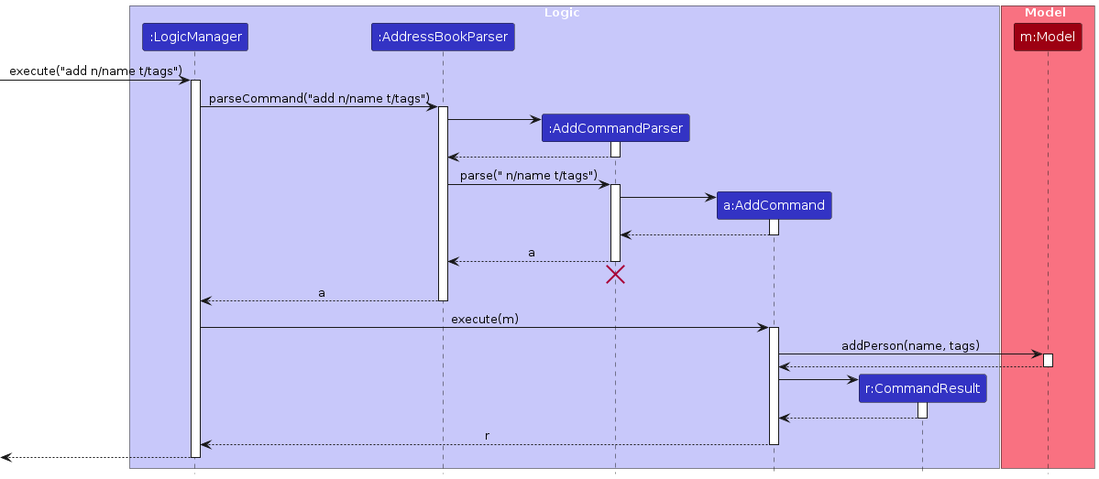
This is diagrams/AddSequenceDiagram.png from AY2324S2-CS2103T-W13-3/tp, a PlantUML export, as it was before one commit. Its source is kept beside it as diagrams/AddSequenceDiagram.puml.
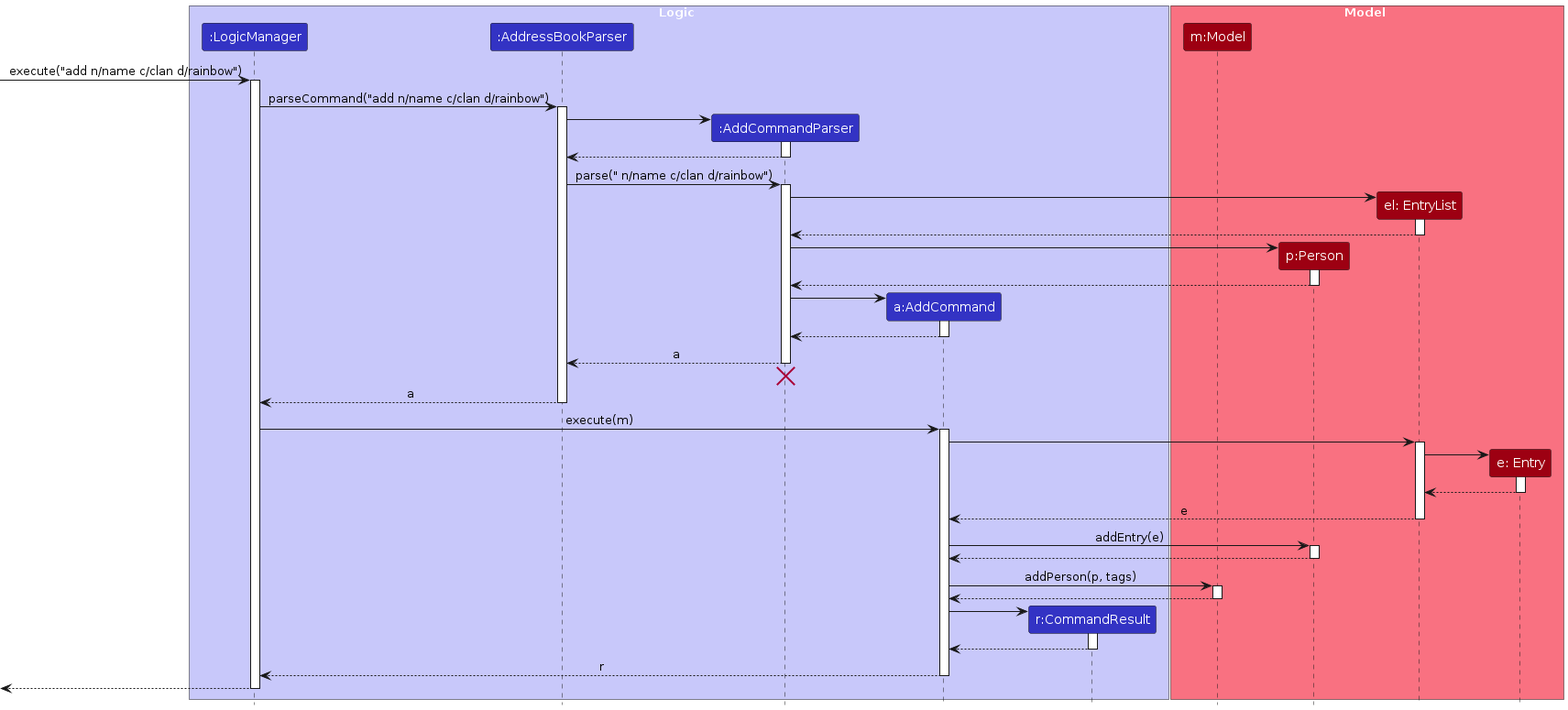
The same diagram one commit later.

What changed in the source:
```diff
@@ -12,12 +12,15 @@
 
 box Model MODEL_COLOR_T1
 participant "m:Model" as Model MODEL_COLOR
+participant "p:Person" as Person MODEL_COLOR
+participant "el: EntryList" as entryList MODEL_COLOR
+participant "e: Entry" as Entry MODEL_COLOR
 end box
 
-[-> LogicManager : execute("add n/name t/tags")
+[-> LogicManager : execute("add n/name c/clan d/rainbow")
 activate LogicManager
 
-LogicManager -> AddressBookParser : parseCommand("add n/name t/tags")
+LogicManager -> AddressBookParser : parseCommand("add n/name c/clan d/rainbow")
 activate AddressBookParser
 
 create AddCommandParser
@@ -27,8 +30,20 @@
 AddCommandParser --> AddressBookParser
 deactivate AddCommandParser
 
-AddressBookParser -> AddCommandParser : parse(" n/name t/tags")
+AddressBookParser -> AddCommandParser : parse(" n/name c/clan d/rainbow")
 activate AddCommandParser
+
+create entryList
+AddCommandParser -> entryList
+activate entryList
+entryList --> AddCommandParser
+deactivate
+
+create Person
+AddCommandParser -> Person
+activate Person
+Person --> AddCommandParser
+deactivate
 
 create AddCommand
 AddCommandParser -> AddCommand
@@ -48,7 +63,22 @@
 LogicManager -> AddCommand : execute(m)
 activate AddCommand
 
-AddCommand -> Model : addPerson(name, tags)
+AddCommand -> entryList
+activate entryList
+create Entry
+entryList -> Entry
+activate Entry
+Entry --> entryList
+deactivate
+entryList --> AddCommand : e
+deactivate
+
+AddCommand -> Person : addEntry(e)
+activate Person
+Person --> AddCommand
+deactivate
+
+AddCommand -> Model : addPerson(p, tags)
 activate Model
 
 Model --> AddCommand
```
